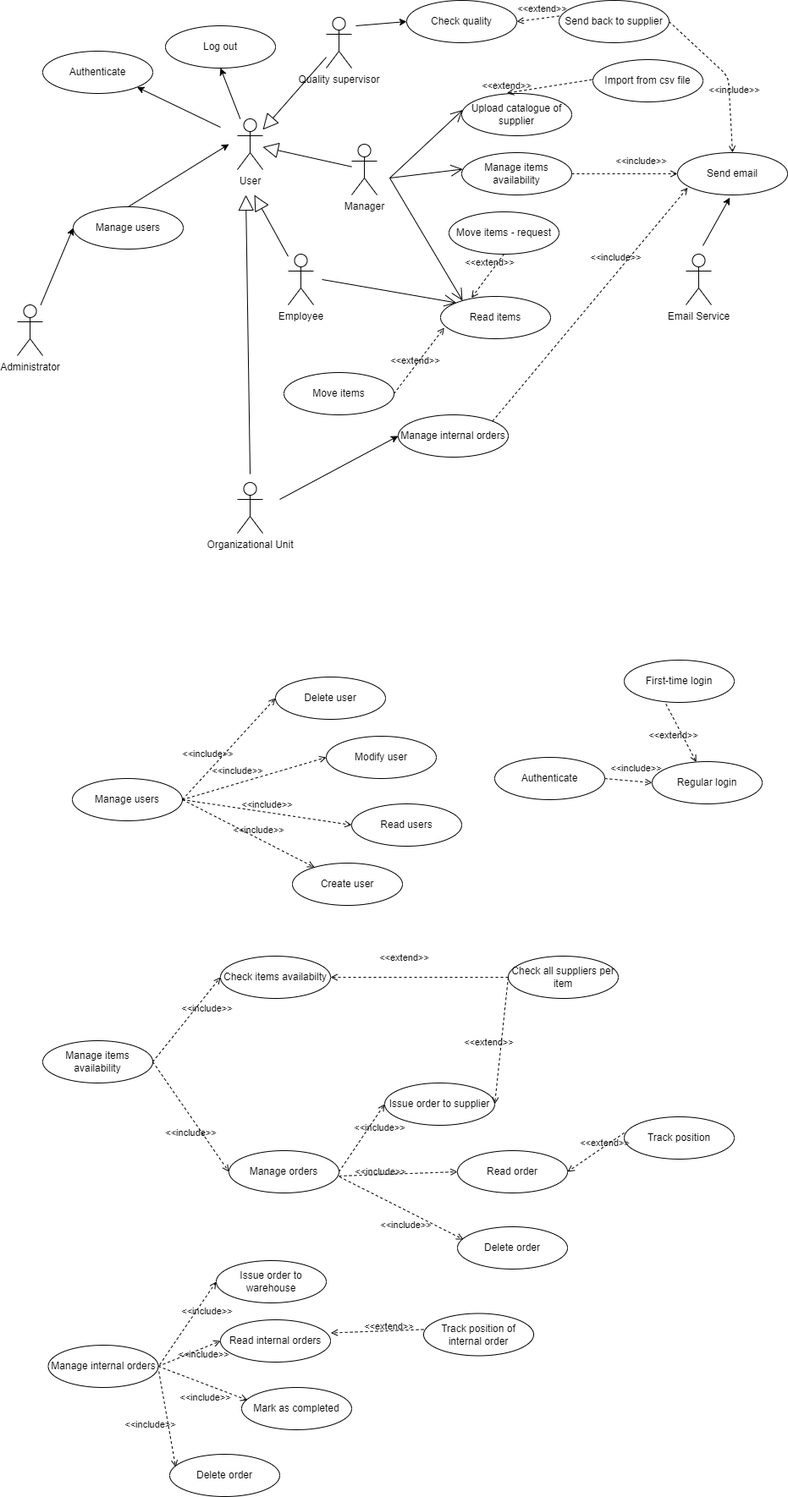
Earlier version of the draw.io export diagrams/UCDiagram.drawio.png (Guarecuco/EzWh). Source tidied: cells renumbered, new cells last; positions are measured from the earlier drawing's top-left corner, leaving out a move shared by most shapes.
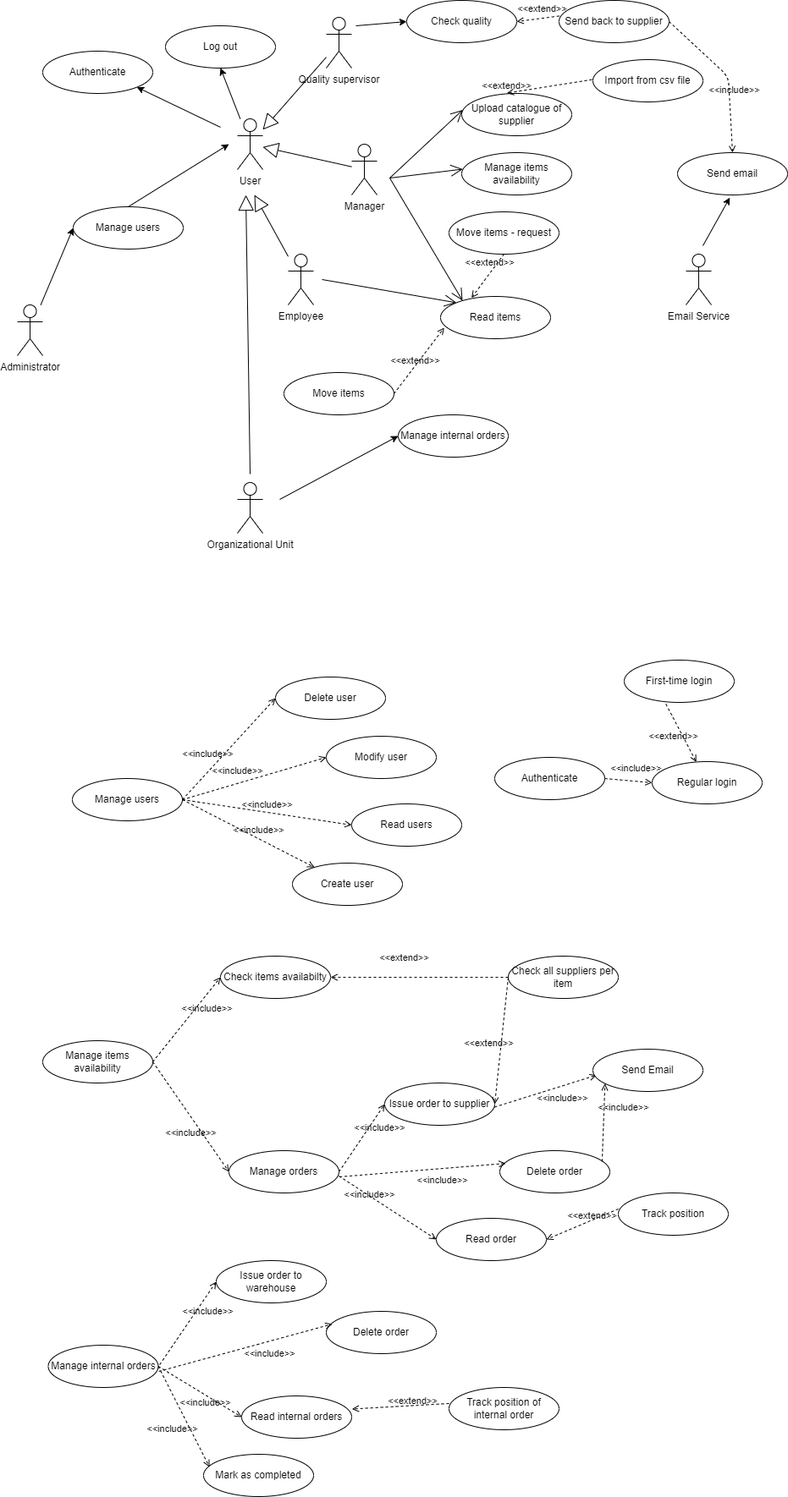
Later version of the same file.

Commit message:
fixed Send Email UC - minor fixes

The edit, as a diff of the source:
```diff
@@ -96,16 +96,16 @@
       <mxGeometry x="0.29" y="-16" relative="1" as="geometry" />
     </mxCell>
     <mxCell id="31" value="Track position" style="ellipse;whiteSpace=wrap;html=1;" parent="1" vertex="1">
-      <mxGeometry x="717" y="1320" width="130" height="50" as="geometry" />
+      <mxGeometry x="710" y="1410" width="130" height="50" as="geometry" />
     </mxCell>
     <mxCell id="32" value="Delete order" style="ellipse;whiteSpace=wrap;html=1;" parent="1" vertex="1">
-      <mxGeometry x="520" y="1450" width="130" height="50" as="geometry" />
+      <mxGeometry x="570" y="1360" width="130" height="50" as="geometry" />
     </mxCell>
     <mxCell id="33" value="&amp;lt;&amp;lt;include&amp;gt;&amp;gt;" style="html=1;verticalAlign=bottom;labelBackgroundColor=none;endArrow=open;endFill=0;dashed=1;exitX=1.005;exitY=0.619;exitDx=0;exitDy=0;entryX=0.054;entryY=0.301;entryDx=0;entryDy=0;exitPerimeter=0;entryPerimeter=0;" parent="1" edge="1" source="29" target="32">
       <mxGeometry x="0.22" y="-23" relative="1" as="geometry" />
     </mxCell>
     <mxCell id="34" value="Read order" style="ellipse;whiteSpace=wrap;html=1;" parent="1" vertex="1">
-      <mxGeometry x="520" y="1360" width="130" height="50" as="geometry" />
+      <mxGeometry x="495" y="1440" width="130" height="50" as="geometry" />
     </mxCell>
     <mxCell id="35" value="&amp;lt;&amp;lt;include&amp;gt;&amp;gt;" style="html=1;verticalAlign=bottom;labelBackgroundColor=none;endArrow=open;endFill=0;dashed=1;entryX=0;entryY=0.5;entryDx=0;entryDy=0;" parent="1" edge="1" target="34">
       <mxGeometry x="-0.31" y="-6" relative="1" as="geometry">
@@ -174,7 +174,7 @@
       <mxGeometry x="0.29" y="-16" relative="1" as="geometry" />
     </mxCell>
     <mxCell id="54" value="Delete order" style="ellipse;whiteSpace=wrap;html=1;" parent="1" vertex="1">
-      <mxGeometry x="180" y="1719" width="130" height="50" as="geometry" />
+      <mxGeometry x="365" y="1550" width="130" height="50" as="geometry" />
     </mxCell>
     <mxCell id="55" value="&amp;lt;&amp;lt;include&amp;gt;&amp;gt;" style="html=1;verticalAlign=bottom;labelBackgroundColor=none;endArrow=open;endFill=0;dashed=1;exitX=1.005;exitY=0.619;exitDx=0;exitDy=0;entryX=0.054;entryY=0.301;entryDx=0;entryDy=0;exitPerimeter=0;entryPerimeter=0;" parent="1" edge="1" target="54">
       <mxGeometry x="0.22" y="-23" relative="1" as="geometry">
@@ -182,19 +182,19 @@
       </mxGeometry>
     </mxCell>
     <mxCell id="56" value="Read internal orders" style="ellipse;whiteSpace=wrap;html=1;" parent="1" vertex="1">
-      <mxGeometry x="240" y="1560" width="130" height="50" as="geometry" />
+      <mxGeometry x="265" y="1650" width="130" height="50" as="geometry" />
     </mxCell>
     <mxCell id="57" value="&amp;lt;&amp;lt;include&amp;gt;&amp;gt;" style="html=1;verticalAlign=bottom;labelBackgroundColor=none;endArrow=open;endFill=0;dashed=1;exitX=1;exitY=0.5;exitDx=0;exitDy=0;entryX=0;entryY=0.5;entryDx=0;entryDy=0;" parent="1" edge="1" source="51" target="56">
       <mxGeometry x="0.29" y="-16" relative="1" as="geometry" />
     </mxCell>
     <mxCell id="58" value="Track position of internal order" style="ellipse;whiteSpace=wrap;html=1;" parent="1" vertex="1">
-      <mxGeometry x="480" y="1552.5" width="130" height="50" as="geometry" />
+      <mxGeometry x="510" y="1640" width="130" height="50" as="geometry" />
     </mxCell>
     <mxCell id="59" value="&amp;lt;&amp;lt;extend&amp;gt;&amp;gt;" style="html=1;verticalAlign=bottom;labelBackgroundColor=none;endArrow=open;endFill=0;dashed=1;exitX=0;exitY=0.379;exitDx=0;exitDy=0;entryX=1.003;entryY=0.31;entryDx=0;entryDy=0;exitPerimeter=0;entryPerimeter=0;" parent="1" edge="1" source="58" target="56">
       <mxGeometry x="-0.24" y="4" relative="1" as="geometry" />
     </mxCell>
     <mxCell id="60" value="Mark as completed" style="ellipse;whiteSpace=wrap;html=1;" parent="1" vertex="1">
-      <mxGeometry x="265" y="1640" width="130" height="50" as="geometry" />
+      <mxGeometry x="220" y="1719" width="130" height="50" as="geometry" />
     </mxCell>
     <mxCell id="61" value="&amp;lt;&amp;lt;include&amp;gt;&amp;gt;" style="html=1;verticalAlign=bottom;labelBackgroundColor=none;endArrow=open;endFill=0;dashed=1;exitX=1;exitY=0.5;exitDx=0;exitDy=0;entryX=0.054;entryY=0.301;entryDx=0;entryDy=0;entryPerimeter=0;" parent="1" edge="1" source="51" target="60">
       <mxGeometry x="0.22" y="-23" relative="1" as="geometry" />
@@ -273,18 +273,21 @@
         </Array>
       </mxGeometry>
     </mxCell>
-    <mxCell id="82" value="&amp;lt;&amp;lt;include&amp;gt;&amp;gt;" style="html=1;verticalAlign=bottom;labelBackgroundColor=none;endArrow=open;endFill=0;dashed=1;exitX=1;exitY=0.5;exitDx=0;exitDy=0;" parent="1" edge="1" source="19">
-      <mxGeometry x="0.31" y="6" relative="1" as="geometry">
-        <mxPoint x="780" y="205" as="targetPoint" />
-      </mxGeometry>
-    </mxCell>
-    <mxCell id="83" value="&amp;lt;&amp;lt;include&amp;gt;&amp;gt;" style="html=1;verticalAlign=bottom;labelBackgroundColor=none;endArrow=open;endFill=0;dashed=1;exitX=1;exitY=0;exitDx=0;exitDy=0;entryX=0.093;entryY=0.827;entryDx=0;entryDy=0;entryPerimeter=0;" parent="1" edge="1" source="47" target="80">
-      <mxGeometry x="0.31" y="6" relative="1" as="geometry" />
-    </mxCell>
     <mxCell id="84" style="endArrow=classic;html=1;entryX=0.475;entryY=1.062;entryDx=0;entryDy=0;entryPerimeter=0;" parent="1" edge="1" target="80">
       <mxGeometry relative="1" as="geometry">
         <mxPoint x="810" y="290" as="sourcePoint" />
       </mxGeometry>
     </mxCell>
+    <mxCell id="85" value="&amp;lt;&amp;lt;include&amp;gt;&amp;gt;" style="html=1;verticalAlign=bottom;labelBackgroundColor=none;endArrow=open;endFill=0;dashed=1;entryX=0.033;entryY=0.615;entryDx=0;entryDy=0;entryPerimeter=0;exitX=0.998;exitY=0.57;exitDx=0;exitDy=0;exitPerimeter=0;" parent="1" edge="1" source="23" target="86">
+      <mxGeometry x="0.22" y="-23" relative="1" as="geometry" />
+    </mxCell>
+    <mxCell id="86" value="Send Email" style="ellipse;whiteSpace=wrap;html=1;" parent="1" vertex="1">
+      <mxGeometry x="680" y="1240" width="130" height="50" as="geometry" />
+    </mxCell>
+    <mxCell id="87" value="&amp;lt;&amp;lt;include&amp;gt;&amp;gt;" style="html=1;verticalAlign=bottom;labelBackgroundColor=none;endArrow=open;endFill=0;dashed=1;entryX=0.033;entryY=0.615;entryDx=0;entryDy=0;entryPerimeter=0;exitX=0.93;exitY=0.256;exitDx=0;exitDy=0;exitPerimeter=0;" parent="1" edge="1" source="32">
+      <mxGeometry x="0.22" y="-23" relative="1" as="geometry">
+        <mxPoint x="694.3" y="1280.8" as="targetPoint" />
+      </mxGeometry>
+    </mxCell>
   </root>
 </mxGraphModel>
```
